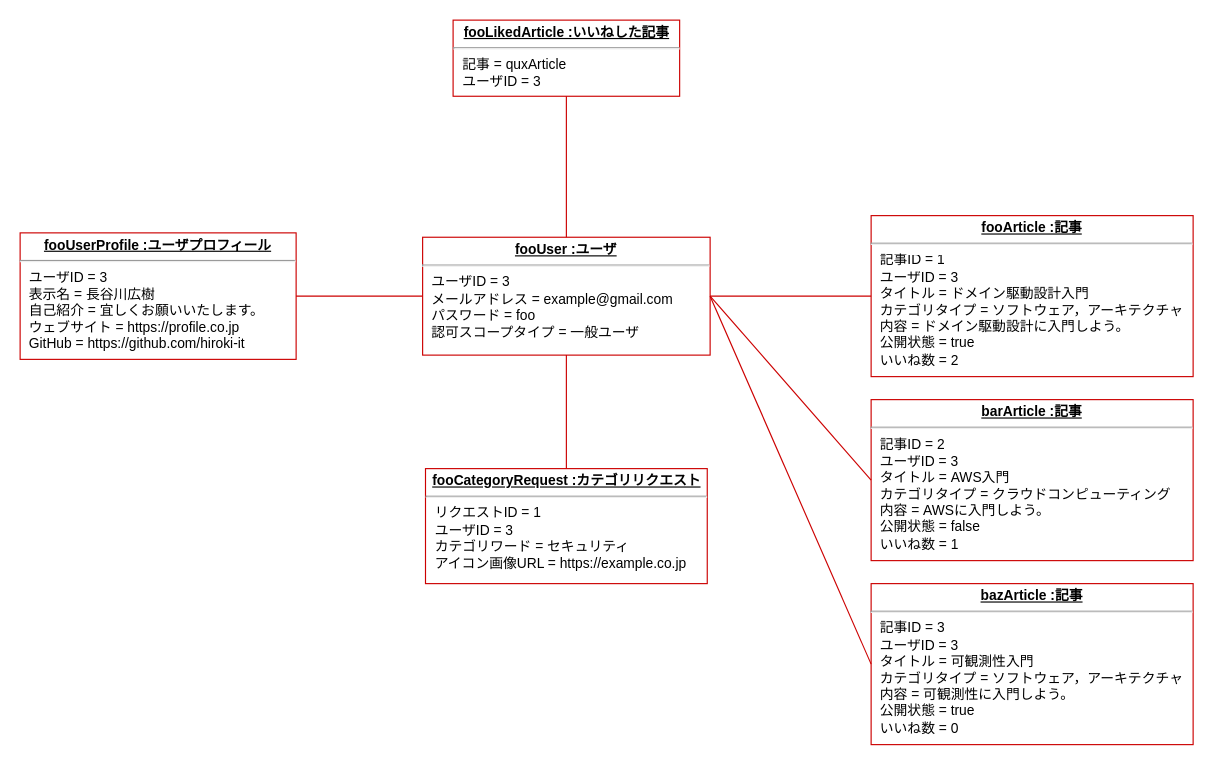
Before: images/drawio/ddd-api-with-laravel/object-diagram/ddd-api-with-laravel_object-diagram_general-user.drawio in hiroki-it/tech-notebook_old, a draw.io diagram. Source tidied: cells renumbered, new cells numbered last; positions are measured from the earlier drawing's top-left corner, leaving out a move shared by most shapes. Both pictures are drawn from the tidied source at 115%, with x=0, y=0 at pixel (20, 20).
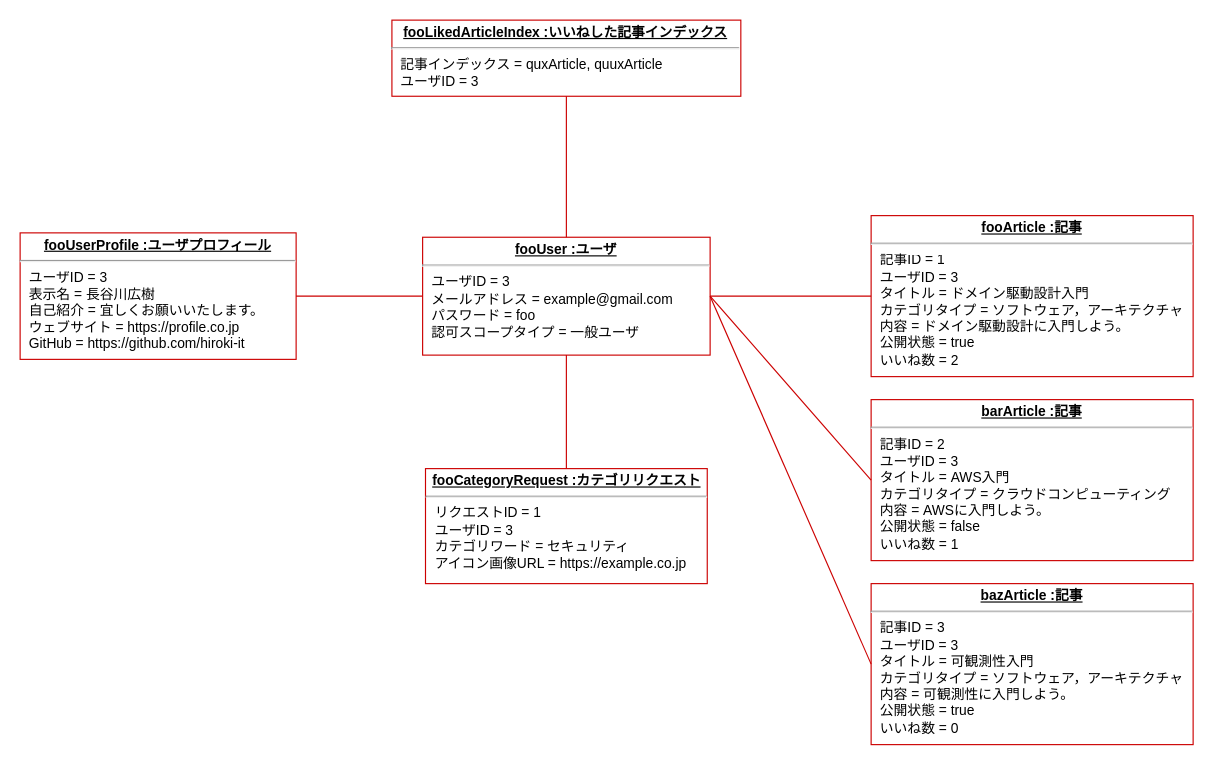
After the change.

What changed in the source:
```diff
@@
 <mxGraphModel>
   <root>
     <mxCell id="0" />
     <mxCell id="1" parent="0" />
     <mxCell id="2" value="&lt;p style=&quot;margin: 0px ; margin-top: 4px ; text-align: center ; text-decoration: underline&quot;&gt;&lt;b&gt;fooArticle :記事&lt;/b&gt;&lt;/p&gt;&lt;hr&gt;&lt;p style=&quot;margin: 0px 0px 0px 8px&quot;&gt;記事ID = 1&lt;/p&gt;&lt;p style=&quot;margin: 0px 0px 0px 8px&quot;&gt;ユーザID = 3&lt;/p&gt;&lt;p style=&quot;margin: 0px ; margin-left: 8px&quot;&gt;タイトル = ドメイン駆動設計入門&lt;br&gt;カテゴリタイプ = ソフトウェア，アーキテクチャ&lt;br&gt;内容 = ドメイン駆動設計に入門しよう。&lt;/p&gt;&lt;p style=&quot;margin: 0px ; margin-left: 8px&quot;&gt;公開状態 = true&lt;/p&gt;&lt;p style=&quot;margin: 0px ; margin-left: 8px&quot;&gt;いいね数 = 2&lt;/p&gt;" style="verticalAlign=top;align=left;overflow=fill;fontSize=12;fontFamily=Helvetica;html=1;strokeColor=#CC0000;" parent="1" vertex="1">
       <mxGeometry x="740" y="170" width="280" height="140" as="geometry" />
     </mxCell>
     <mxCell id="3" value="&lt;p style=&quot;margin: 0px ; margin-top: 4px ; text-align: center ; text-decoration: underline&quot;&gt;&lt;b&gt;barArticle :記事&lt;/b&gt;&lt;/p&gt;&lt;hr&gt;&lt;p style=&quot;margin: 0px 0px 0px 8px&quot;&gt;記事ID = 2&lt;/p&gt;&lt;p style=&quot;margin: 0px 0px 0px 8px&quot;&gt;ユーザID = 3&lt;/p&gt;&lt;p style=&quot;margin: 0px ; margin-left: 8px&quot;&gt;タイトル = AWS入門&lt;br&gt;カテゴリタイプ = クラウドコンピューティング&lt;br&gt;内容 = AWSに入門しよう。&lt;/p&gt;&lt;p style=&quot;margin: 0px ; margin-left: 8px&quot;&gt;公開状態 = false&lt;/p&gt;&lt;p style=&quot;margin: 0px ; margin-left: 8px&quot;&gt;いいね数 = 1&lt;br&gt;&lt;/p&gt;" style="verticalAlign=top;align=left;overflow=fill;fontSize=12;fontFamily=Helvetica;html=1;strokeColor=#CC0000;" parent="1" vertex="1">
       <mxGeometry x="740" y="330" width="280" height="140" as="geometry" />
     </mxCell>
     <mxCell id="4" value="&lt;p style=&quot;margin: 0px ; margin-top: 4px ; text-align: center ; text-decoration: underline&quot;&gt;&lt;b&gt;bazArticle :記事&lt;/b&gt;&lt;/p&gt;&lt;hr&gt;&lt;p style=&quot;margin: 0px ; margin-left: 8px&quot;&gt;記事ID = 3&lt;/p&gt;&lt;p style=&quot;margin: 0px ; margin-left: 8px&quot;&gt;ユーザID = 3&lt;/p&gt;&lt;p style=&quot;margin: 0px ; margin-left: 8px&quot;&gt;タイトル = 可観測性入門&lt;br&gt;カテゴリタイプ = ソフトウェア，アーキテクチャ&lt;br&gt;内容 = 可観測性に入門しよう。&lt;/p&gt;&lt;p style=&quot;margin: 0px ; margin-left: 8px&quot;&gt;公開状態 = true&lt;/p&gt;&lt;p style=&quot;margin: 0px ; margin-left: 8px&quot;&gt;いいね数 = 0&lt;br&gt;&lt;/p&gt;&lt;p style=&quot;margin: 0px ; margin-left: 8px&quot;&gt;&lt;br&gt;&lt;/p&gt;" style="verticalAlign=top;align=left;overflow=fill;fontSize=12;fontFamily=Helvetica;html=1;strokeColor=#CC0000;" parent="1" vertex="1">
       <mxGeometry x="740" y="490" width="280" height="140" as="geometry" />
     </mxCell>
     <mxCell id="5" value="&lt;p style=&quot;margin: 0px ; margin-top: 4px ; text-align: center ; text-decoration: underline&quot;&gt;&lt;b&gt;fooUser :ユーザ&lt;/b&gt;&lt;/p&gt;&lt;hr&gt;&lt;p style=&quot;margin: 0px ; margin-left: 8px&quot;&gt;ユーザID = 3&lt;/p&gt;&lt;p style=&quot;margin: 0px ; margin-left: 8px&quot;&gt;メールアドレス = example@gmail.com&lt;br&gt;パスワード = foo&lt;/p&gt;&lt;p style=&quot;margin: 0px ; margin-left: 8px&quot;&gt;認可スコープタイプ = 一般ユーザ&lt;/p&gt;&lt;p style=&quot;margin: 0px ; margin-left: 8px&quot;&gt;&lt;br&gt;&lt;/p&gt;" style="verticalAlign=top;align=left;overflow=fill;fontSize=12;fontFamily=Helvetica;html=1;strokeColor=#CC0000;" parent="1" vertex="1">
       <mxGeometry x="350" y="188.8" width="250" height="102.5" as="geometry" />
     </mxCell>
     <mxCell id="6" style="endArrow=none;html=1;entryX=0;entryY=0.5;entryDx=0;entryDy=0;strokeColor=#CC0000;" parent="1" edge="1" target="3">
       <mxGeometry relative="1" as="geometry">
         <mxPoint x="600" y="240" as="sourcePoint" />
       </mxGeometry>
     </mxCell>
     <mxCell id="7" style="endArrow=none;html=1;entryX=0;entryY=0.5;entryDx=0;entryDy=0;exitX=1;exitY=0.5;exitDx=0;exitDy=0;strokeColor=#CC0000;" parent="1" edge="1" source="5" target="2">
       <mxGeometry relative="1" as="geometry" />
     </mxCell>
     <mxCell id="8" style="endArrow=none;html=1;entryX=0;entryY=0.5;entryDx=0;entryDy=0;exitX=1;exitY=0.5;exitDx=0;exitDy=0;strokeColor=#CC0000;" parent="1" edge="1" source="5" target="4">
       <mxGeometry relative="1" as="geometry" />
     </mxCell>
     <mxCell id="9" value="&lt;p style=&quot;margin: 0px ; margin-top: 4px ; text-align: center ; text-decoration: underline&quot;&gt;&lt;b&gt;fooCategoryRequest :カテゴリリクエスト&lt;/b&gt;&lt;/p&gt;&lt;hr&gt;&lt;p style=&quot;margin: 0px 0px 0px 8px&quot;&gt;リクエストID = 1&lt;/p&gt;&lt;p style=&quot;margin: 0px 0px 0px 8px&quot;&gt;ユーザID = 3&lt;/p&gt;&lt;p style=&quot;margin: 0px 0px 0px 8px&quot;&gt;カテゴリワード = セキュリティ&lt;/p&gt;&lt;p style=&quot;margin: 0px 0px 0px 8px&quot;&gt;アイコン画像URL = https://example.co.jp&lt;/p&gt;" style="verticalAlign=top;align=left;overflow=fill;fontSize=12;fontFamily=Helvetica;html=1;strokeColor=#CC0000;" parent="1" vertex="1">
       <mxGeometry x="352.5" y="390" width="245" height="100" as="geometry" />
     </mxCell>
-    <mxCell id="10" value="&lt;p style=&quot;margin: 0px ; margin-top: 4px ; text-align: center ; text-decoration: underline&quot;&gt;&lt;b&gt;fooLikedArticle :いいねした記事&lt;/b&gt;&lt;/p&gt;&lt;hr&gt;&lt;p style=&quot;margin: 0px 0px 0px 8px&quot;&gt;記事 = quxArticle&lt;/p&gt;&lt;p style=&quot;margin: 0px 0px 0px 8px&quot;&gt;ユーザID = 3&lt;/p&gt;" style="verticalAlign=top;align=left;overflow=fill;fontSize=12;fontFamily=Helvetica;html=1;strokeColor=#CC0000;" parent="1" vertex="1">
-      <mxGeometry x="376.5" width="197" height="66.2" as="geometry" />
+    <mxCell id="10" value="&lt;p style=&quot;margin: 0px ; margin-top: 4px ; text-align: center ; text-decoration: underline&quot;&gt;&lt;b&gt;fooLikedArticleIndex :いいねした記事インデックス&lt;/b&gt;&lt;/p&gt;&lt;hr&gt;&lt;p style=&quot;margin: 0px 0px 0px 8px&quot;&gt;記事インデックス = quxArticle, quuxArticle&amp;nbsp;&lt;/p&gt;&lt;p style=&quot;margin: 0px 0px 0px 8px&quot;&gt;ユーザID = 3&lt;/p&gt;" style="verticalAlign=top;align=left;overflow=fill;fontSize=12;fontFamily=Helvetica;html=1;strokeColor=#CC0000;" parent="1" vertex="1">
+      <mxGeometry x="323.3" width="303.4" height="66.2" as="geometry" />
     </mxCell>
     <mxCell id="11" style="endArrow=none;html=1;entryX=0.5;entryY=0;entryDx=0;entryDy=0;exitX=0.5;exitY=1;exitDx=0;exitDy=0;strokeColor=#CC0000;" parent="1" edge="1" source="5" target="9">
       <mxGeometry relative="1" as="geometry" />
     </mxCell>
     <mxCell id="12" style="endArrow=none;html=1;entryX=0.5;entryY=1;entryDx=0;entryDy=0;exitX=0.5;exitY=0;exitDx=0;exitDy=0;strokeColor=#CC0000;" parent="1" edge="1" source="5" target="10">
       <mxGeometry relative="1" as="geometry" />
     </mxCell>
     <mxCell id="13" value="&lt;p style=&quot;margin: 0px ; margin-top: 4px ; text-align: center ; text-decoration: underline&quot;&gt;&lt;b&gt;fooUserProfile :ユーザプロフィール&lt;/b&gt;&lt;/p&gt;&lt;hr&gt;&lt;p style=&quot;margin: 0px 0px 0px 8px&quot;&gt;ユーザID = 3&lt;/p&gt;&lt;p style=&quot;margin: 0px 0px 0px 8px&quot;&gt;表示名 = 長谷川広樹&lt;/p&gt;&lt;p style=&quot;margin: 0px 0px 0px 8px&quot;&gt;自己紹介 = 宜しくお願いいたします。&lt;/p&gt;&lt;p style=&quot;margin: 0px 0px 0px 8px&quot;&gt;ウェブサイト = https://profile.co.jp&lt;/p&gt;&lt;p style=&quot;margin: 0px 0px 0px 8px&quot;&gt;GitHub =&amp;nbsp;https://github.com/hiroki-it&lt;/p&gt;&lt;p style=&quot;margin: 0px 0px 0px 8px&quot;&gt;&lt;br&gt;&lt;/p&gt;" style="verticalAlign=top;align=left;overflow=fill;fontSize=12;fontFamily=Helvetica;html=1;strokeColor=#CC0000;" parent="1" vertex="1">
       <mxGeometry y="185" width="240" height="110" as="geometry" />
     </mxCell>
     <mxCell id="14" style="endArrow=none;html=1;entryX=1;entryY=0.5;entryDx=0;entryDy=0;exitX=0;exitY=0.5;exitDx=0;exitDy=0;strokeColor=#CC0000;" parent="1" edge="1" source="5" target="13">
       <mxGeometry relative="1" as="geometry" />
     </mxCell>
   </root>
 </mxGraphModel>
```
